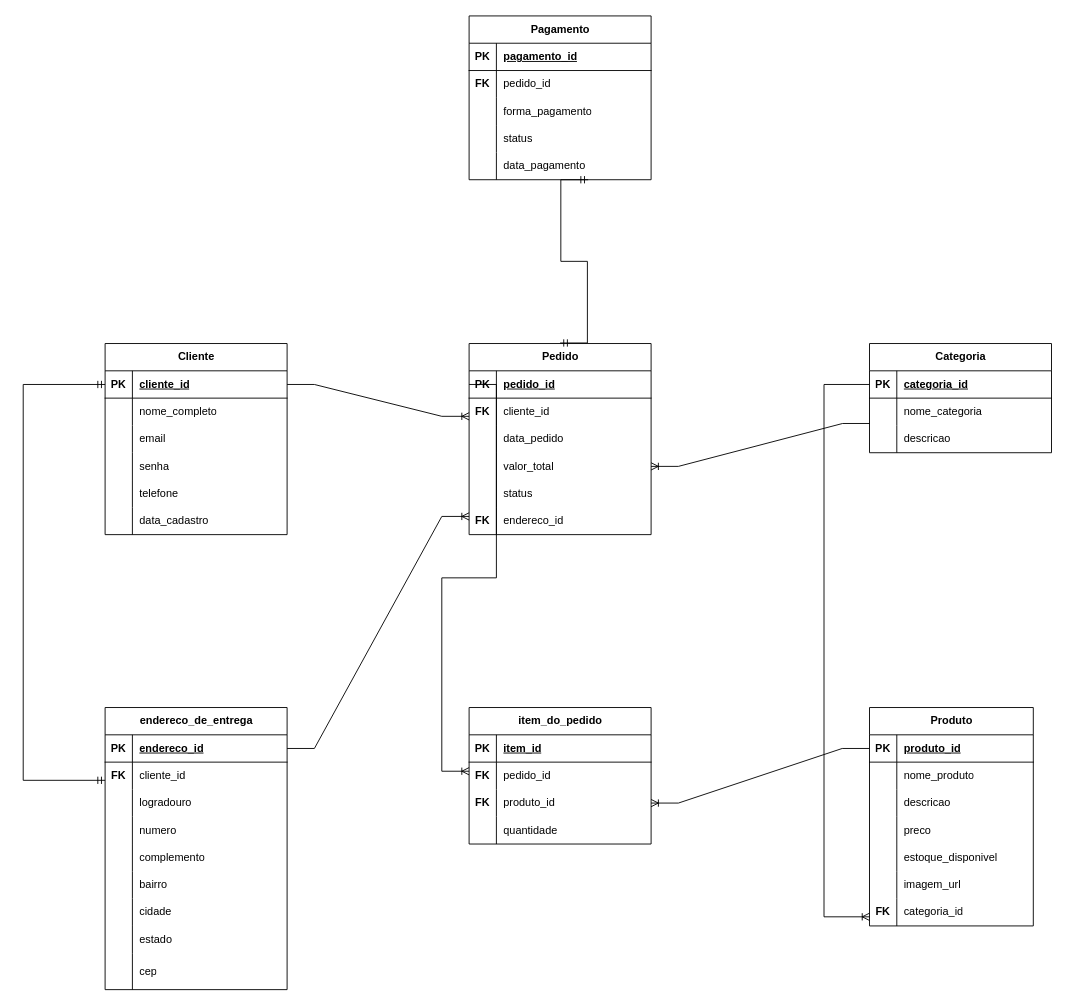
Above: page "Lógico Ecommerce" (2 of 6) of Modelagem/Modelagem de Dados.drawio in Euericlesmoura/Projeto-1 (draw.io), before the change. Source tidied: cells renumbered, new cells numbered last; positions are measured from the earlier drawing's top-left corner, leaving out a move shared by most shapes. Both pictures are drawn from the tidied source at 91%, with x=0, y=0 at pixel (23, 15).
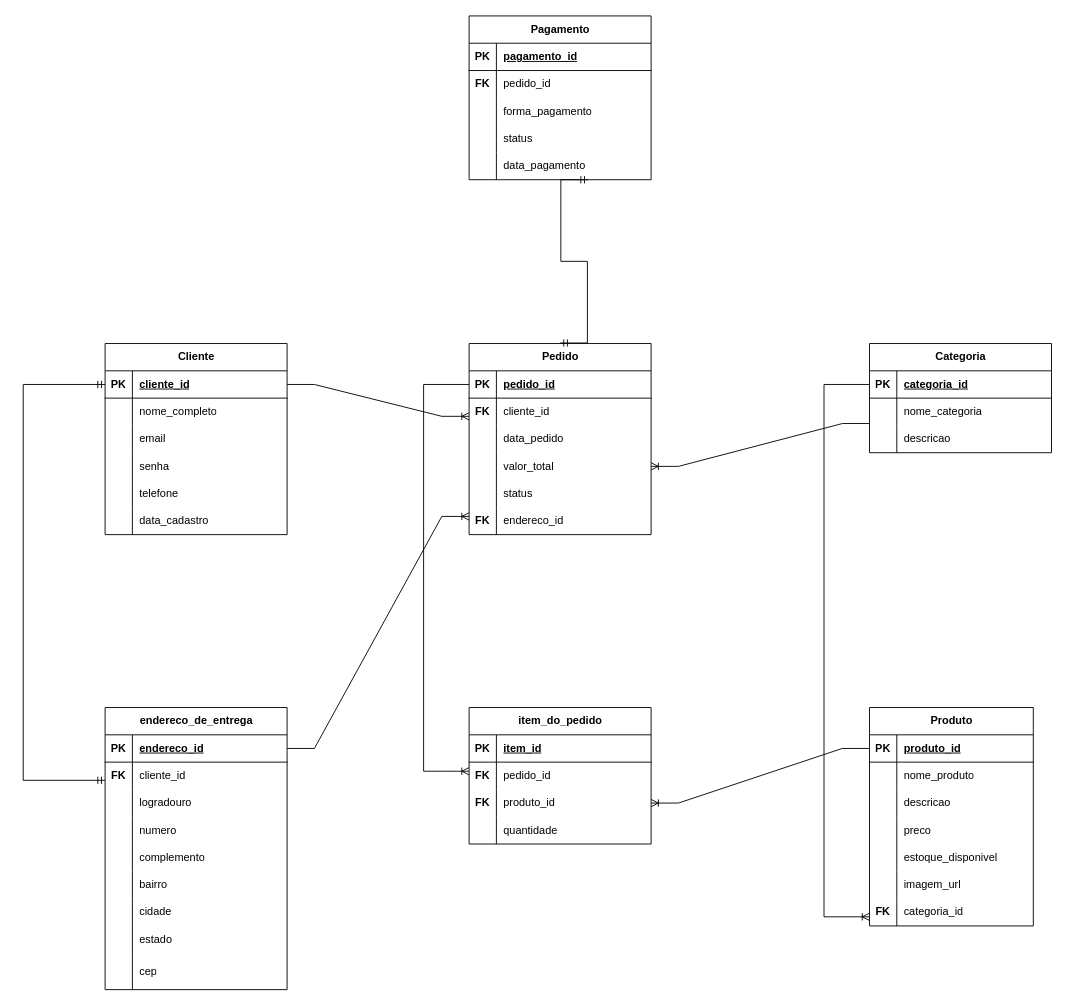
The same page after the edit.

The change refers to these unchanged cells:
```xml
<mxCell id="44" style="shape=tableRow;horizontal=0;startSize=0;swimlaneHead=0;swimlaneBody=0;fillColor=none;points=[[0,0.5],[1,0.5]];portConstraint=eastwest;top=0;left=0;right=0;bottom=1;" parent="43" vertex="1">
  <mxGeometry y="30" width="200" height="30" as="geometry" />
</mxCell>
```

Diff of the diagram source:
```diff
@@
-    <mxCell id="139" style="edgeStyle=entityRelationEdgeStyle;fontSize=12;html=1;endArrow=ERoneToMany;rounded=0;exitX=0;exitY=0.5;exitDx=0;exitDy=0;" parent="1" edge="1" source="44">
-      <mxGeometry relative="1" as="geometry">
-        <mxPoint x="490" y="830" as="targetPoint" />
-      </mxGeometry>
-    </mxCell>
@@
+    <mxCell id="144" style="edgeStyle=orthogonalEdgeStyle;fontSize=12;html=1;endArrow=ERoneToMany;rounded=0;exitX=0;exitY=0.5;exitDx=0;exitDy=0;" parent="1" edge="1" source="44">
+      <mxGeometry relative="1" as="geometry">
+        <mxPoint x="490" y="830" as="targetPoint" />
+        <Array as="points">
+          <mxPoint x="440" y="405" />
+          <mxPoint x="440" y="830" />
+          <mxPoint x="460" y="830" />
+        </Array>
+      </mxGeometry>
+    </mxCell>
```
